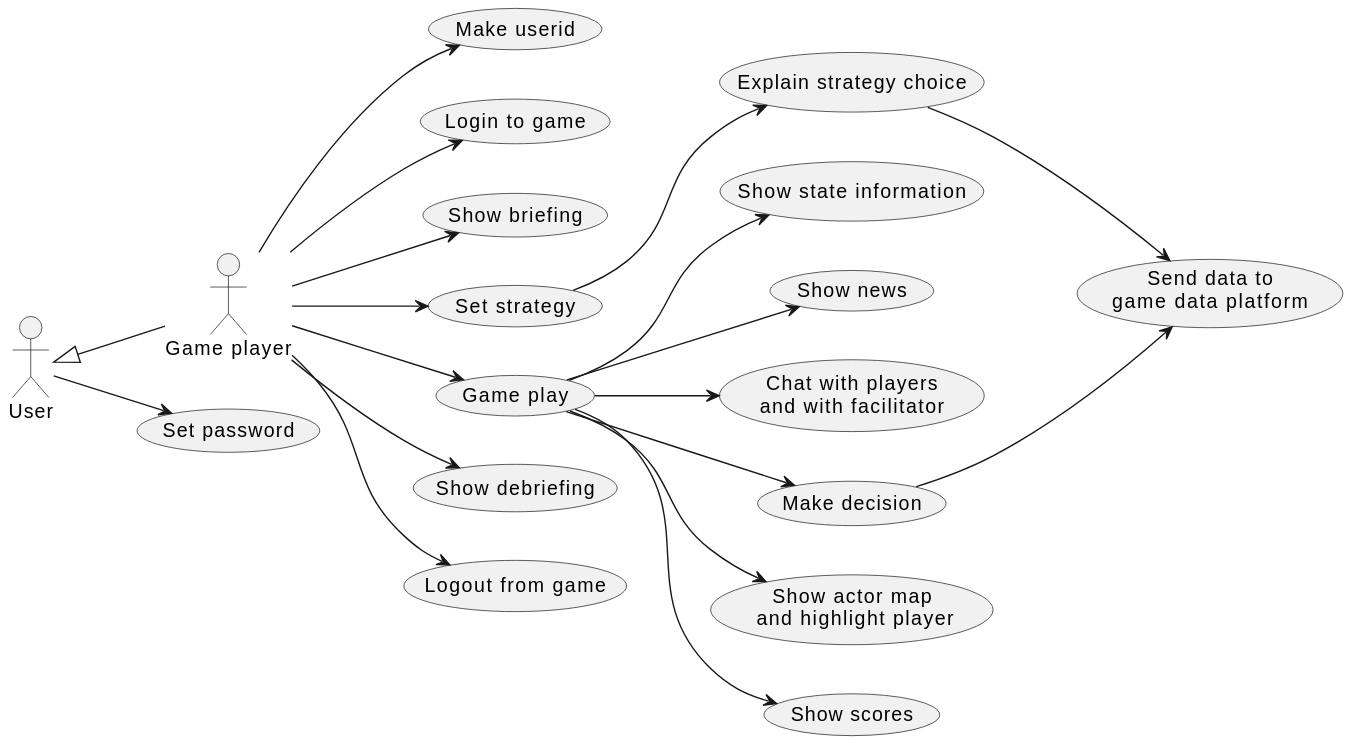
The PlantUML diagram doc/1-use-cases/diagrams/game-play.svg in averbraeck/gscg-design, before a commit.
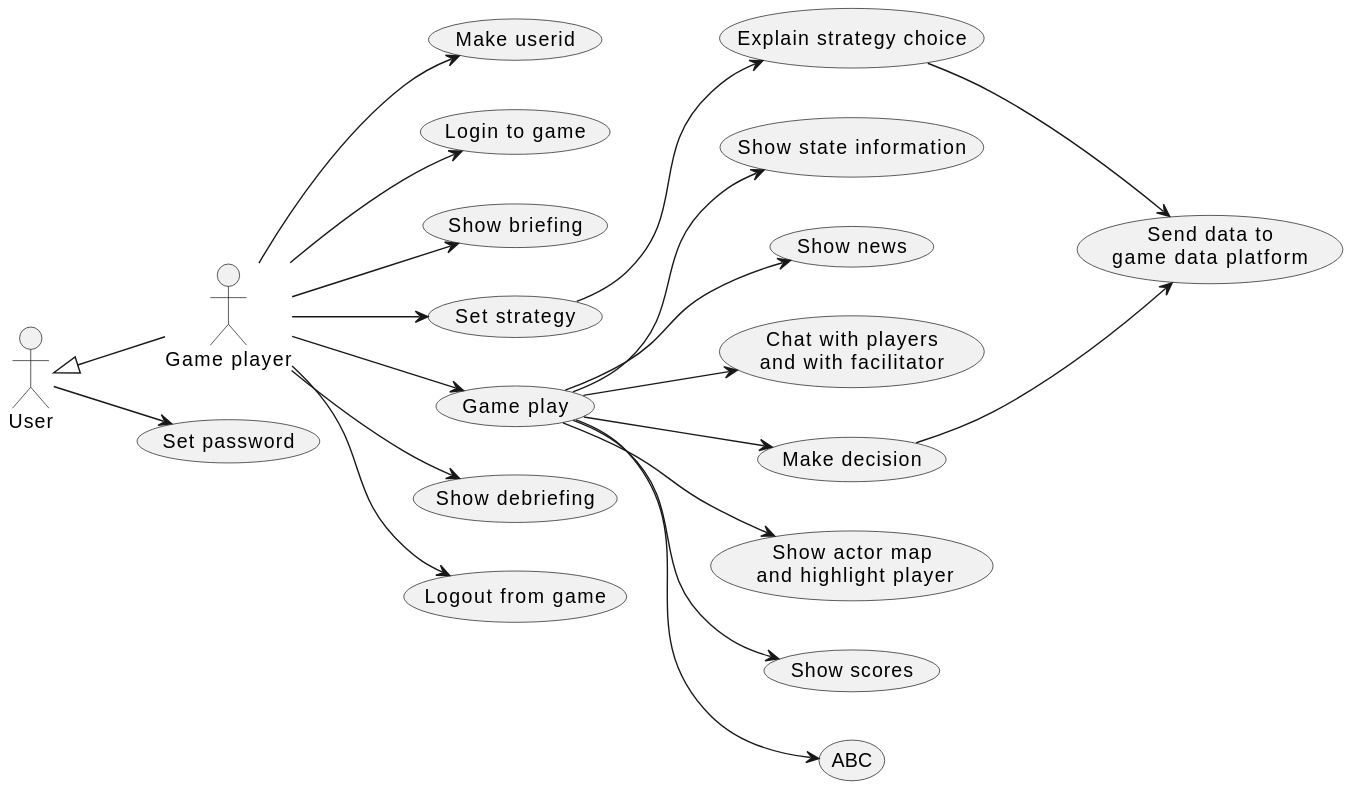
Later version of the same file.

The edit, as a diff of the source:
```diff
@@ -21,6 +21,7 @@
 (Game play) --> (Make decision)
 (Game play) --> (Show actor map\n and highlight player)
 (Game play) --> (Show scores)
+(Game play) --> (ABC)
 
 (Make decision) --> (Send data to\ngame data platform)
 
```
